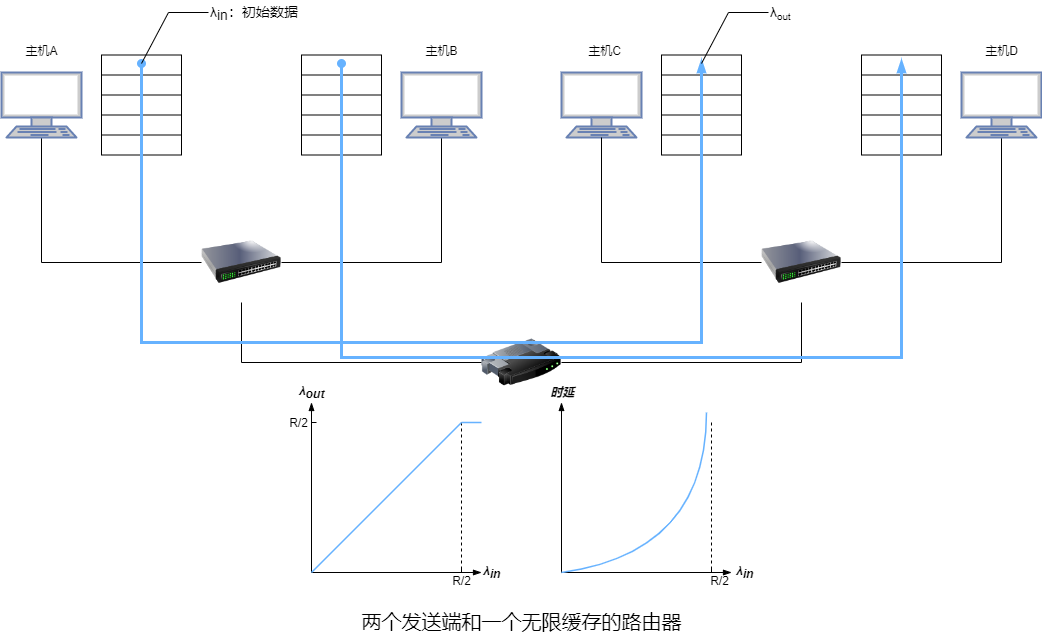
The draw.io diagram computer-networking/img/two_senders_and_a_router_with_infinite_buffers.png in an-die-freude/computer-network-note, before a commit. Source tidied: cells renumbered, new cells last; positions are measured from the earlier drawing's top-left corner, leaving out a move shared by most shapes.
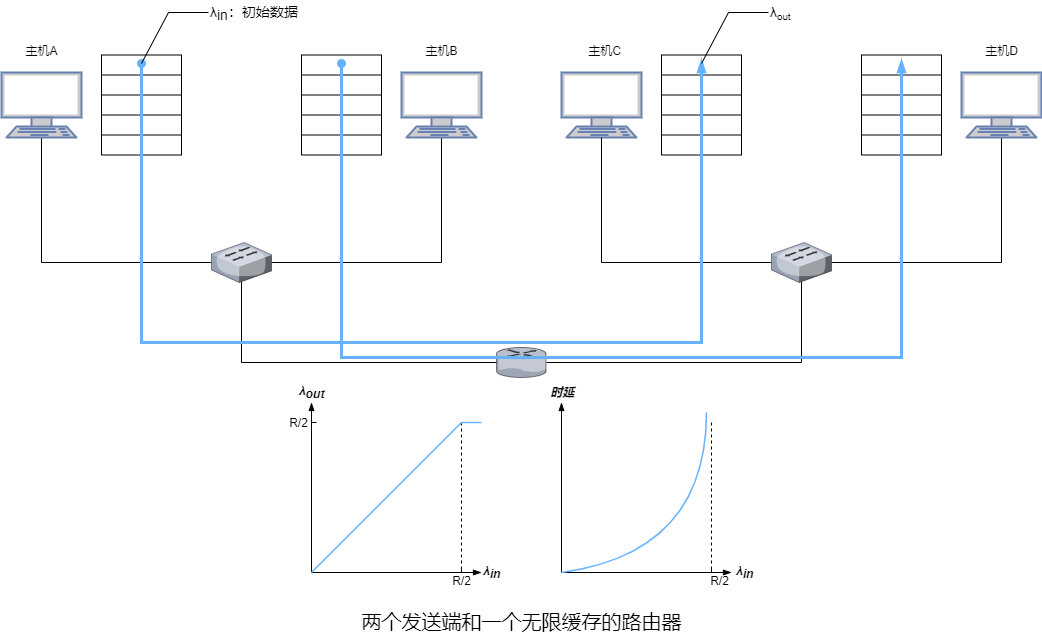
Above is the later version.

What changed in the source:
```diff
@@ -2,8 +2,16 @@
   <root>
     <mxCell id="0" />
     <mxCell id="1" parent="0" />
+    <mxCell id="89" style="verticalLabelPosition=bottom;sketch=0;html=1;verticalAlign=top;strokeColor=none;align=center;shape=mxgraph.citrix.router;" parent="1" vertex="1">
+      <mxGeometry x="495" y="347" width="50" height="30" as="geometry" />
+    </mxCell>
-    <mxCell id="2" style="edgeStyle=orthogonalEdgeStyle;rounded=0;jettySize=auto;html=1;entryX=0;entryY=0.5;entryDx=0;entryDy=0;exitX=0.5;exitY=1;exitDx=0;exitDy=0;exitPerimeter=0;endArrow=none;endFill=0;" parent="1" edge="1" source="3" target="16">
-      <mxGeometry relative="1" as="geometry" />
+    <mxCell id="2" style="edgeStyle=orthogonalEdgeStyle;rounded=0;jettySize=auto;html=1;entryX=0;entryY=0.5;entryDx=0;entryDy=0;exitX=0.5;exitY=1;exitDx=0;exitDy=0;exitPerimeter=0;endArrow=none;endFill=0;" parent="1" edge="1" source="3">
+      <mxGeometry relative="1" as="geometry">
+        <mxPoint x="210" y="262" as="targetPoint" />
+        <Array as="points">
+          <mxPoint x="40" y="262" />
+        </Array>
+      </mxGeometry>
     </mxCell>
     <mxCell id="3" style="fontColor=#0066CC;verticalAlign=top;verticalLabelPosition=bottom;labelPosition=center;align=center;html=1;outlineConnect=0;fillColor=#CCCCCC;strokeColor=#6881B3;gradientColor=none;gradientDirection=north;strokeWidth=2;shape=mxgraph.networks.terminal;" parent="1" vertex="1">
       <mxGeometry y="72" width="80" height="65" as="geometry" />
@@ -41,12 +49,15 @@
     <mxCell id="14" style="shape=partialRectangle;html=1;whiteSpace=wrap;overflow=hidden;fillColor=none;top=0;left=0;bottom=0;right=0;" parent="13" vertex="1">
       <mxGeometry width="80" height="20" as="geometry" />
     </mxCell>
-    <mxCell id="15" style="edgeStyle=orthogonalEdgeStyle;rounded=0;jettySize=auto;html=1;entryX=0;entryY=0.5;entryDx=0;entryDy=0;endArrow=none;endFill=0;exitX=0.5;exitY=1;exitDx=0;exitDy=0;" parent="1" edge="1" source="16" target="31">
-      <mxGeometry relative="1" as="geometry" />
+    <mxCell id="15" style="edgeStyle=orthogonalEdgeStyle;rounded=0;orthogonalLoop=1;jettySize=auto;html=1;entryX=0;entryY=0.5;entryDx=0;entryDy=0;endArrow=none;endFill=0;exitX=0.5;exitY=1;exitDx=0;exitDy=0;" parent="1" edge="1">
+      <mxGeometry relative="1" as="geometry">
+        <mxPoint x="240" y="281" as="sourcePoint" />
+        <mxPoint x="495" y="362" as="targetPoint" />
+        <Array as="points">
+          <mxPoint x="240" y="362" />
+        </Array>
+      </mxGeometry>
     </mxCell>
-    <mxCell id="16" style="image;html=1;image=img/lib/clip_art/networking/Switch_128x128.png;" parent="1" vertex="1">
-      <mxGeometry x="200" y="222" width="80" height="80" as="geometry" />
-    </mxCell>
     <mxCell id="17" style="shape=table;startSize=0;" parent="1" vertex="1">
       <mxGeometry x="300" y="54.5" width="80" height="100" as="geometry" />
     </mxCell>
@@ -80,18 +91,23 @@
     <mxCell id="27" style="shape=partialRectangle;html=1;whiteSpace=wrap;overflow=hidden;fillColor=none;top=0;left=0;bottom=0;right=0;" parent="26" vertex="1">
       <mxGeometry width="80" height="20" as="geometry" />
     </mxCell>
-    <mxCell id="28" style="edgeStyle=orthogonalEdgeStyle;rounded=0;jettySize=auto;html=1;entryX=1;entryY=0.5;entryDx=0;entryDy=0;endArrow=none;endFill=0;exitX=0.5;exitY=1;exitDx=0;exitDy=0;exitPerimeter=0;" parent="1" edge="1" source="29" target="16">
-      <mxGeometry relative="1" as="geometry" />
+    <mxCell id="28" style="edgeStyle=orthogonalEdgeStyle;rounded=0;jettySize=auto;html=1;entryX=1;entryY=0.5;entryDx=0;entryDy=0;endArrow=none;endFill=0;exitX=0.5;exitY=1;exitDx=0;exitDy=0;exitPerimeter=0;" parent="1" edge="1" source="29">
+      <mxGeometry relative="1" as="geometry">
+        <mxPoint x="270" y="262" as="targetPoint" />
+        <Array as="points">
+          <mxPoint x="440" y="262" />
+        </Array>
+      </mxGeometry>
     </mxCell>
     <mxCell id="29" style="fontColor=#0066CC;verticalAlign=top;verticalLabelPosition=bottom;labelPosition=center;align=center;html=1;outlineConnect=0;fillColor=#CCCCCC;strokeColor=#6881B3;gradientColor=none;gradientDirection=north;strokeWidth=2;shape=mxgraph.networks.terminal;" parent="1" vertex="1">
       <mxGeometry x="400" y="72" width="80" height="65" as="geometry" />
     </mxCell>
-    <mxCell id="30" style="edgeStyle=orthogonalEdgeStyle;rounded=0;jettySize=auto;html=1;endArrow=none;endFill=0;" parent="1" edge="1" source="31" target="46">
-      <mxGeometry relative="1" as="geometry" />
+    <mxCell id="30" style="edgeStyle=orthogonalEdgeStyle;rounded=0;orthogonalLoop=1;jettySize=auto;html=1;endArrow=none;endFill=0;" parent="1" edge="1">
+      <mxGeometry relative="1" as="geometry">
+        <mxPoint x="545" y="362" as="sourcePoint" />
+        <mxPoint x="800" y="281" as="targetPoint" />
+      </mxGeometry>
     </mxCell>
-    <mxCell id="31" style="image;html=1;image=img/lib/clip_art/networking/Router_128x128.png;" parent="1" vertex="1">
-      <mxGeometry x="480" y="322" width="80" height="80" as="geometry" />
-    </mxCell>
     <mxCell id="32" style="fontColor=#0066CC;verticalAlign=top;verticalLabelPosition=bottom;labelPosition=center;align=center;html=1;outlineConnect=0;fillColor=#CCCCCC;strokeColor=#6881B3;gradientColor=none;gradientDirection=north;strokeWidth=2;shape=mxgraph.networks.terminal;" parent="1" vertex="1">
       <mxGeometry x="560" y="72" width="80" height="65" as="geometry" />
     </mxCell>
@@ -128,15 +144,16 @@
     <mxCell id="43" style="shape=partialRectangle;html=1;whiteSpace=wrap;overflow=hidden;fillColor=none;top=0;left=0;bottom=0;right=0;" parent="42" vertex="1">
       <mxGeometry width="80" height="20" as="geometry" />
     </mxCell>
-    <mxCell id="44" style="edgeStyle=orthogonalEdgeStyle;rounded=0;jettySize=auto;html=1;entryX=0.5;entryY=1;entryDx=0;entryDy=0;entryPerimeter=0;endArrow=none;endFill=0;" parent="1" edge="1" source="46" target="32">
-      <mxGeometry relative="1" as="geometry" />
+    <mxCell id="44" style="edgeStyle=orthogonalEdgeStyle;rounded=0;jettySize=auto;html=1;entryX=0.5;entryY=1;entryDx=0;entryDy=0;entryPerimeter=0;endArrow=none;endFill=0;" parent="1" edge="1" target="32">
+      <mxGeometry relative="1" as="geometry">
+        <mxPoint x="770" y="262" as="sourcePoint" />
+      </mxGeometry>
     </mxCell>
-    <mxCell id="45" style="edgeStyle=orthogonalEdgeStyle;rounded=0;jettySize=auto;html=1;entryX=0.5;entryY=1;entryDx=0;entryDy=0;entryPerimeter=0;endArrow=none;endFill=0;" parent="1" edge="1" source="46" target="58">
-      <mxGeometry relative="1" as="geometry" />
+    <mxCell id="45" style="edgeStyle=orthogonalEdgeStyle;rounded=0;jettySize=auto;html=1;entryX=0.5;entryY=1;entryDx=0;entryDy=0;entryPerimeter=0;endArrow=none;endFill=0;" parent="1" edge="1" target="58">
+      <mxGeometry relative="1" as="geometry">
+        <mxPoint x="830" y="262" as="sourcePoint" />
+      </mxGeometry>
     </mxCell>
-    <mxCell id="46" style="image;html=1;image=img/lib/clip_art/networking/Switch_128x128.png;" parent="1" vertex="1">
-      <mxGeometry x="760" y="222" width="80" height="80" as="geometry" />
-    </mxCell>
     <mxCell id="47" style="shape=table;startSize=0;" parent="1" vertex="1">
       <mxGeometry x="860" y="54.5" width="80" height="100" as="geometry" />
     </mxCell>
@@ -328,5 +345,11 @@
         <mxPoint x="480" y="422" as="targetPoint" />
       </mxGeometry>
     </mxCell>
+    <mxCell id="90" style="verticalLabelPosition=bottom;sketch=0;html=1;verticalAlign=top;strokeColor=none;align=center;shape=mxgraph.citrix.switch;" parent="1" vertex="1">
+      <mxGeometry x="210" y="242" width="60" height="40" as="geometry" />
+    </mxCell>
+    <mxCell id="91" style="verticalLabelPosition=bottom;sketch=0;html=1;verticalAlign=top;strokeColor=none;align=center;shape=mxgraph.citrix.switch;" parent="1" vertex="1">
+      <mxGeometry x="770" y="242" width="60" height="40" as="geometry" />
+    </mxCell>
   </root>
 </mxGraphModel>
```
